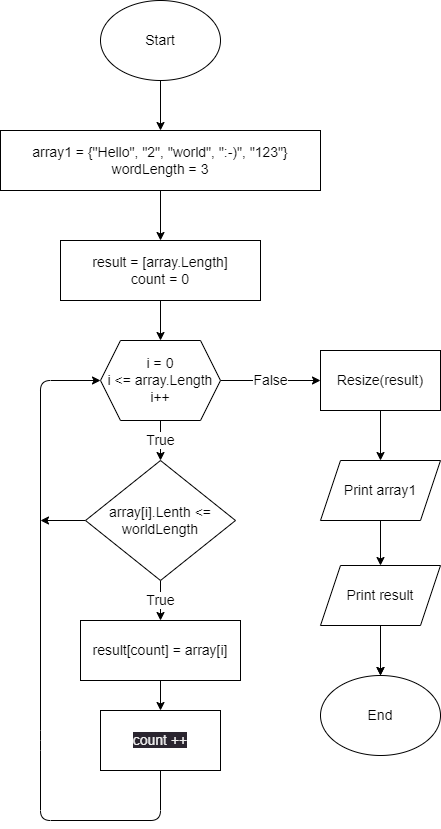
Before: Final_Task/Diagram.drawio.png, a diagram exported from draw.io (MatveevsVBG/Final_Project_I). Source tidied: cells renumbered, new cells last; positions are measured from the earlier drawing's top-left corner, leaving out a move shared by most shapes. Source of this version:
```xml
<mxGraphModel>
  <root>
    <mxCell id="0" />
    <mxCell id="1" parent="0" />
    <mxCell id="2" style="edgeStyle=none;html=1;fontFamily=Helvetica;fontSize=14;" parent="1" edge="1" source="3" target="5">
      <mxGeometry relative="1" as="geometry" />
    </mxCell>
    <mxCell id="3" value="Start" style="ellipse;whiteSpace=wrap;html=1;fontSize=14;fontFamily=Helvetica;" parent="1" vertex="1">
      <mxGeometry x="100" width="120" height="80" as="geometry" />
    </mxCell>
    <mxCell id="4" style="edgeStyle=none;html=1;fontFamily=Helvetica;fontSize=14;" parent="1" edge="1" source="5" target="7">
      <mxGeometry relative="1" as="geometry" />
    </mxCell>
    <mxCell id="5" value="array1 = {&quot;Hello&quot;, &quot;2&quot;, &quot;world&quot;, &quot;:-)&quot;, &quot;123&quot;}&lt;br&gt;wordLength = 3" style="rounded=0;whiteSpace=wrap;html=1;fontSize=14;fontFamily=Helvetica;" parent="1" vertex="1">
      <mxGeometry y="130" width="320" height="60" as="geometry" />
    </mxCell>
    <mxCell id="6" style="edgeStyle=none;html=1;fontFamily=Helvetica;fontSize=14;" parent="1" edge="1" source="7" target="10">
      <mxGeometry relative="1" as="geometry" />
    </mxCell>
    <mxCell id="7" value="result = [array.Length]&lt;br&gt;count = 0" style="rounded=0;whiteSpace=wrap;html=1;fontSize=14;fontFamily=Helvetica;" parent="1" vertex="1">
      <mxGeometry x="60" y="240" width="200" height="60" as="geometry" />
    </mxCell>
    <mxCell id="8" value="True" style="edgeStyle=none;html=1;fontFamily=Helvetica;fontSize=14;" parent="1" edge="1" source="10" target="13">
      <mxGeometry relative="1" as="geometry" />
    </mxCell>
    <mxCell id="9" value="False" style="edgeStyle=none;html=1;fontFamily=Helvetica;fontSize=14;" parent="1" edge="1" source="10" target="18">
      <mxGeometry relative="1" as="geometry" />
    </mxCell>
    <mxCell id="10" value="i = 0&lt;br style=&quot;font-size: 14px;&quot;&gt;i &amp;lt;= array.Length&lt;br style=&quot;font-size: 14px;&quot;&gt;i++" style="shape=hexagon;perimeter=hexagonPerimeter2;whiteSpace=wrap;html=1;fixedSize=1;fontSize=14;fontFamily=Helvetica;" parent="1" vertex="1">
      <mxGeometry x="100" y="340" width="120" height="80" as="geometry" />
    </mxCell>
    <mxCell id="11" value="True" style="edgeStyle=none;html=1;fontFamily=Helvetica;fontSize=14;" parent="1" edge="1" source="13" target="16">
      <mxGeometry relative="1" as="geometry" />
    </mxCell>
    <mxCell id="12" style="edgeStyle=none;html=1;fontFamily=Helvetica;fontSize=14;" parent="1" edge="1" source="13">
      <mxGeometry relative="1" as="geometry">
        <mxPoint x="40" y="520" as="targetPoint" />
      </mxGeometry>
    </mxCell>
    <mxCell id="13" value="array[i].Lenth &amp;lt;= worldLength" style="rhombus;whiteSpace=wrap;html=1;fontSize=14;fontFamily=Helvetica;" parent="1" vertex="1">
      <mxGeometry x="85" y="460" width="150" height="120" as="geometry" />
    </mxCell>
    <mxCell id="14" style="edgeStyle=none;html=1;fontFamily=Helvetica;fontSize=14;entryX=0;entryY=0.5;entryDx=0;entryDy=0;exitX=0.5;exitY=1;exitDx=0;exitDy=0;" parent="1" edge="1" source="25" target="10">
      <mxGeometry relative="1" as="geometry">
        <Array as="points">
          <mxPoint x="160" y="820" />
          <mxPoint x="40" y="820" />
          <mxPoint x="40" y="740" />
          <mxPoint x="40" y="380" />
        </Array>
      </mxGeometry>
    </mxCell>
    <mxCell id="15" style="edgeStyle=none;html=1;fontFamily=Helvetica;fontSize=14;" parent="1" edge="1" source="16" target="25">
      <mxGeometry relative="1" as="geometry" />
    </mxCell>
    <mxCell id="16" value="result[count] = array[i]" style="rounded=0;whiteSpace=wrap;html=1;fontSize=14;fontFamily=Helvetica;" parent="1" vertex="1">
      <mxGeometry x="80" y="620" width="160" height="60" as="geometry" />
    </mxCell>
    <mxCell id="17" style="edgeStyle=none;html=1;fontFamily=Helvetica;fontSize=14;" parent="1" edge="1" source="18" target="24">
      <mxGeometry relative="1" as="geometry" />
    </mxCell>
    <mxCell id="18" value="Resize(result)" style="rounded=0;whiteSpace=wrap;html=1;fontFamily=Helvetica;fontSize=14;" parent="1" vertex="1">
      <mxGeometry x="320" y="350" width="120" height="60" as="geometry" />
    </mxCell>
    <mxCell id="19" style="edgeStyle=none;html=1;fontFamily=Helvetica;fontSize=14;" parent="1" edge="1" source="21" target="22">
      <mxGeometry relative="1" as="geometry" />
    </mxCell>
    <mxCell id="20" style="edgeStyle=none;html=1;fontFamily=Helvetica;fontSize=14;" parent="1" edge="1" source="21" target="22">
      <mxGeometry relative="1" as="geometry" />
    </mxCell>
    <mxCell id="21" value="Print result" style="shape=parallelogram;perimeter=parallelogramPerimeter;whiteSpace=wrap;html=1;fixedSize=1;fontFamily=Helvetica;fontSize=14;" parent="1" vertex="1">
      <mxGeometry x="320" y="565" width="120" height="60" as="geometry" />
    </mxCell>
    <mxCell id="22" value="End" style="ellipse;whiteSpace=wrap;html=1;fontFamily=Helvetica;fontSize=14;" parent="1" vertex="1">
      <mxGeometry x="320" y="675" width="120" height="80" as="geometry" />
    </mxCell>
    <mxCell id="23" style="edgeStyle=none;html=1;fontFamily=Helvetica;fontSize=14;" parent="1" edge="1" source="24" target="21">
      <mxGeometry relative="1" as="geometry" />
    </mxCell>
    <mxCell id="24" value="Print array1" style="shape=parallelogram;perimeter=parallelogramPerimeter;whiteSpace=wrap;html=1;fixedSize=1;fontFamily=Helvetica;fontSize=14;" parent="1" vertex="1">
      <mxGeometry x="320" y="460" width="120" height="60" as="geometry" />
    </mxCell>
    <mxCell id="25" value="&lt;span style=&quot;color: rgb(240, 240, 240); font-family: Helvetica; font-size: 14px; font-style: normal; font-variant-ligatures: normal; font-variant-caps: normal; font-weight: 400; letter-spacing: normal; orphans: 2; text-align: center; text-indent: 0px; text-transform: none; widows: 2; word-spacing: 0px; -webkit-text-stroke-width: 0px; background-color: rgb(42, 37, 47); text-decoration-thickness: initial; text-decoration-style: initial; text-decoration-color: initial; float: none; display: inline !important;&quot;&gt;count ++&lt;/span&gt;" style="rounded=0;whiteSpace=wrap;html=1;fontFamily=Helvetica;fontSize=14;" parent="1" vertex="1">
      <mxGeometry x="100" y="710" width="120" height="60" as="geometry" />
    </mxCell>
  </root>
</mxGraphModel>
```
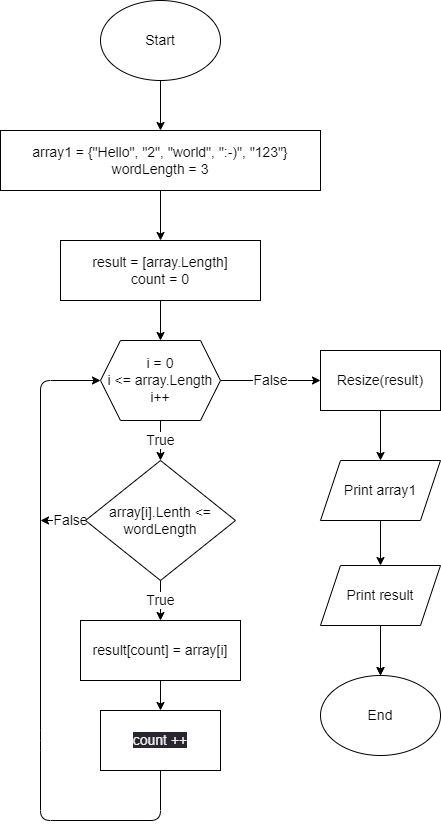
After the change.

Change to the diagram source:
```diff
@@ -32,12 +32,12 @@
     <mxCell id="11" value="True" style="edgeStyle=none;html=1;fontFamily=Helvetica;fontSize=14;" parent="1" edge="1" source="13" target="16">
       <mxGeometry relative="1" as="geometry" />
     </mxCell>
-    <mxCell id="12" style="edgeStyle=none;html=1;fontFamily=Helvetica;fontSize=14;" parent="1" edge="1" source="13">
-      <mxGeometry relative="1" as="geometry">
+    <mxCell id="12" value="False" style="edgeStyle=none;html=1;fontFamily=Helvetica;fontSize=14;" parent="1" edge="1" source="13">
+      <mxGeometry x="-0.33" relative="1" as="geometry">
         <mxPoint x="40" y="520" as="targetPoint" />
       </mxGeometry>
     </mxCell>
-    <mxCell id="13" value="array[i].Lenth &amp;lt;= worldLength" style="rhombus;whiteSpace=wrap;html=1;fontSize=14;fontFamily=Helvetica;" parent="1" vertex="1">
+    <mxCell id="13" value="array[i].Lenth &amp;lt;= wordLength" style="rhombus;whiteSpace=wrap;html=1;fontSize=14;fontFamily=Helvetica;" parent="1" vertex="1">
       <mxGeometry x="85" y="460" width="150" height="120" as="geometry" />
     </mxCell>
     <mxCell id="14" style="edgeStyle=none;html=1;fontFamily=Helvetica;fontSize=14;entryX=0;entryY=0.5;entryDx=0;entryDy=0;exitX=0.5;exitY=1;exitDx=0;exitDy=0;" parent="1" edge="1" source="25" target="10">
```
